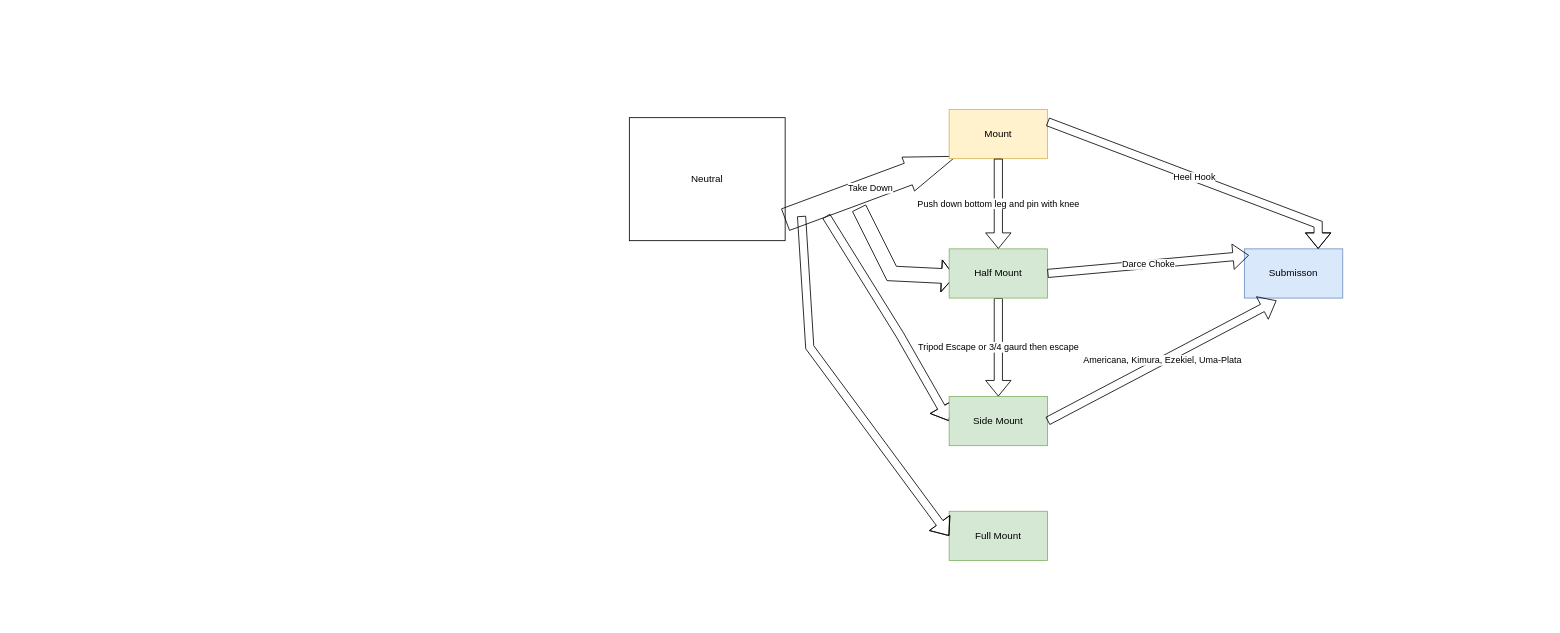
Before: Untitled Diagram.drawio in morik04/BJJ, a draw.io diagram. Source tidied: cells renumbered, new cells numbered last; positions are measured from the earlier drawing's top-left corner, leaving out a move shared by most shapes. Both pictures are drawn from the tidied source at 82%, with x=0, y=0 at pixel (629, 109).
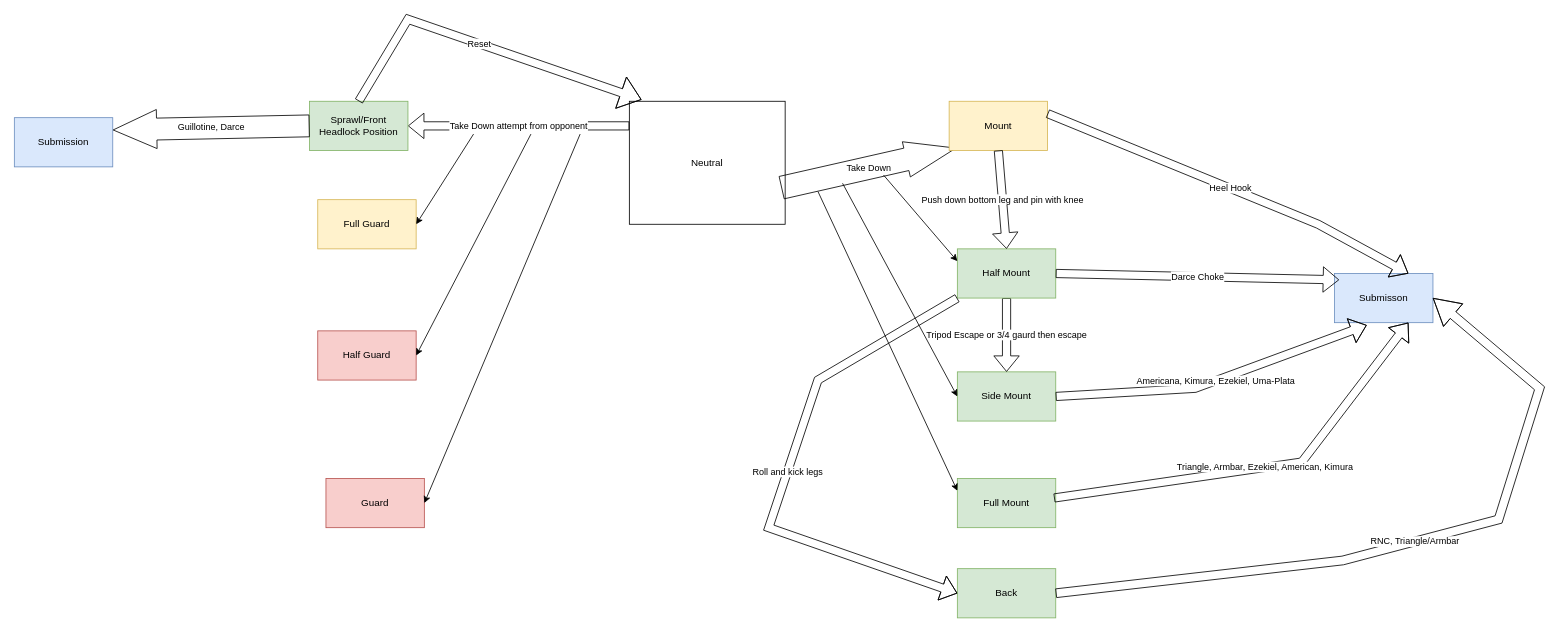
After the change.

Commit message:
BJJ FLOW CHART

Diff of the diagram source:
```diff
@@
     <mxCell id="2" value="Neutral" style="rounded=0;whiteSpace=wrap;html=1;" parent="1" vertex="1">
-      <mxGeometry y="10" width="190" height="150" as="geometry" />
+      <mxGeometry y="-10" width="190" height="150" as="geometry" />
     </mxCell>
-    <mxCell id="3" value="Take Down" style="shape=flexArrow;endArrow=classic;html=1;rounded=0;endWidth=15;endSize=20.33;width=28;entryX=0.073;entryY=0.95;entryDx=0;entryDy=0;entryPerimeter=0;" parent="1" edge="1" target="4">
-      <mxGeometry relative="1" as="geometry">
-        <mxPoint x="190" y="134.5" as="sourcePoint" />
-      </mxGeometry>
+    <mxCell id="3" value="Take Down" style="shape=flexArrow;endArrow=classic;html=1;rounded=0;endWidth=15;endSize=20.33;width=28;entryX=0.073;entryY=0.95;entryDx=0;entryDy=0;entryPerimeter=0;exitX=0.975;exitY=0.703;exitDx=0;exitDy=0;exitPerimeter=0;" parent="1" edge="1" source="2" target="4">
+      <mxGeometry relative="1" as="geometry" />
     </mxCell>
     <mxCell id="4" value="Mount" style="rounded=0;whiteSpace=wrap;html=1;labelBackgroundColor=none;labelBorderColor=none;fillColor=#fff2cc;strokeColor=#d6b656;" parent="1" vertex="1">
-      <mxGeometry x="390" width="120" height="60" as="geometry" />
+      <mxGeometry x="390" y="-10" width="120" height="60" as="geometry" />
     </mxCell>
-    <mxCell id="5" style="shape=flexArrow;endArrow=classic;html=1;rounded=0;width=18;endSize=5;entryX=0.06;entryY=0.563;entryDx=0;entryDy=0;entryPerimeter=0;" parent="1" edge="1" target="11">
-      <mxGeometry relative="1" as="geometry">
-        <mxPoint x="280" y="120" as="sourcePoint" />
-        <Array as="points">
-          <mxPoint x="320" y="200" />
-        </Array>
-      </mxGeometry>
-    </mxCell>
-    <mxCell id="6" style="shape=flexArrow;endArrow=classic;html=1;rounded=0;entryX=0;entryY=0.5;entryDx=0;entryDy=0;" parent="1" edge="1" target="7">
-      <mxGeometry relative="1" as="geometry">
-        <mxPoint x="240" y="130" as="sourcePoint" />
-        <Array as="points">
-          <mxPoint x="330" y="275" />
-        </Array>
-      </mxGeometry>
-    </mxCell>
     <mxCell id="7" value="Side Mount" style="rounded=0;whiteSpace=wrap;html=1;fillColor=#d5e8d4;strokeColor=#82b366;" parent="1" vertex="1">
-      <mxGeometry x="390" y="350" width="120" height="60" as="geometry" />
+      <mxGeometry x="400" y="320" width="120" height="60" as="geometry" />
     </mxCell>
     <mxCell id="8" value="Full Mount" style="rounded=0;whiteSpace=wrap;html=1;fillColor=#d5e8d4;strokeColor=#82b366;" parent="1" vertex="1">
-      <mxGeometry x="390" y="490" width="120" height="60" as="geometry" />
+      <mxGeometry x="400" y="450" width="120" height="60" as="geometry" />
     </mxCell>
-    <mxCell id="9" style="shape=flexArrow;endArrow=classic;html=1;rounded=0;entryX=0;entryY=0.5;entryDx=0;entryDy=0;" parent="1" edge="1" target="8">
-      <mxGeometry relative="1" as="geometry">
-        <mxPoint x="210" y="130" as="sourcePoint" />
-        <Array as="points">
-          <mxPoint x="220" y="290" />
-        </Array>
-      </mxGeometry>
-    </mxCell>
@@
     <mxCell id="11" value="Half Mount" style="rounded=0;whiteSpace=wrap;html=1;fillColor=#d5e8d4;strokeColor=#82b366;" parent="1" vertex="1">
-      <mxGeometry x="390" y="170" width="120" height="60" as="geometry" />
+      <mxGeometry x="400" y="170" width="120" height="60" as="geometry" />
     </mxCell>
     <mxCell id="12" value="Submisson" style="rounded=0;whiteSpace=wrap;html=1;fillColor=#dae8fc;strokeColor=#6c8ebf;" parent="1" vertex="1">
-      <mxGeometry x="750" y="170" width="120" height="60" as="geometry" />
+      <mxGeometry x="860" y="200" width="120" height="60" as="geometry" />
     </mxCell>
-    <mxCell id="13" value="Darce Choke" style="shape=flexArrow;endArrow=classic;html=1;rounded=0;entryX=0.047;entryY=0.13;entryDx=0;entryDy=0;entryPerimeter=0;" parent="1" edge="1" target="12">
-      <mxGeometry relative="1" as="geometry">
-        <mxPoint x="510" y="200" as="sourcePoint" />
-      </mxGeometry>
+    <mxCell id="13" value="Darce Choke" style="shape=flexArrow;endArrow=classic;html=1;rounded=0;entryX=0.047;entryY=0.13;entryDx=0;entryDy=0;entryPerimeter=0;exitX=1;exitY=0.5;exitDx=0;exitDy=0;" parent="1" edge="1" source="11" target="12">
+      <mxGeometry relative="1" as="geometry" />
     </mxCell>
@@
-    <mxCell id="16" value="Americana, Kimura, Ezekiel, Uma-Plata" style="shape=flexArrow;endArrow=classic;html=1;rounded=0;entryX=0.327;entryY=1.05;entryDx=0;entryDy=0;entryPerimeter=0;" parent="1" edge="1" target="12">
+    <mxCell id="16" value="Americana, Kimura, Ezekiel, Uma-Plata" style="shape=flexArrow;endArrow=classic;html=1;rounded=0;entryX=0.327;entryY=1.05;entryDx=0;entryDy=0;entryPerimeter=0;exitX=1;exitY=0.5;exitDx=0;exitDy=0;" parent="1" edge="1" source="7" target="12">
       <mxGeometry relative="1" as="geometry">
-        <mxPoint x="510" y="380" as="sourcePoint" />
+        <Array as="points">
+          <mxPoint x="690" y="340" />
+        </Array>
       </mxGeometry>
     </mxCell>
+    <mxCell id="17" value="Triangle, Armbar, Ezekiel, American, Kimura" style="shape=flexArrow;endArrow=classic;html=1;rounded=0;entryX=0.75;entryY=1;entryDx=0;entryDy=0;exitX=0.983;exitY=0.397;exitDx=0;exitDy=0;exitPerimeter=0;" parent="1" edge="1" source="8" target="12">
+      <mxGeometry relative="1" as="geometry">
+        <Array as="points">
+          <mxPoint x="820" y="430" />
+        </Array>
+      </mxGeometry>
+    </mxCell>
+    <mxCell id="18" value="Take Down attempt from opponent" style="shape=flexArrow;endArrow=classic;html=1;rounded=0;" parent="1" edge="1">
+      <mxGeometry relative="1" as="geometry">
+        <mxPoint y="20" as="sourcePoint" />
+        <mxPoint x="-270" y="20" as="targetPoint" />
+      </mxGeometry>
+    </mxCell>
+    <mxCell id="19" value="Sprawl/Front Headlock Position" style="rounded=0;whiteSpace=wrap;html=1;fillColor=#d5e8d4;strokeColor=#82b366;" parent="1" vertex="1">
+      <mxGeometry x="-390" y="-10" width="120" height="60" as="geometry" />
+    </mxCell>
+    <mxCell id="20" value="Submission" style="rounded=0;whiteSpace=wrap;html=1;fillColor=#dae8fc;strokeColor=#6c8ebf;" parent="1" vertex="1">
+      <mxGeometry x="-750" y="10" width="120" height="60" as="geometry" />
+    </mxCell>
+    <mxCell id="21" value="Guillotine, Darce" style="shape=flexArrow;endArrow=classic;html=1;rounded=0;width=26.666666666666668;endSize=17.37333333333333;exitX=0;exitY=0.5;exitDx=0;exitDy=0;entryX=1;entryY=0.25;entryDx=0;entryDy=0;" parent="1" edge="1" source="19" target="20">
+      <mxGeometry relative="1" as="geometry" />
+    </mxCell>
+    <mxCell id="22" value="Reset" style="shape=flexArrow;endArrow=classic;html=1;rounded=0;endWidth=29.333333333333332;endSize=8.266666666666667;exitX=0.5;exitY=0;exitDx=0;exitDy=0;entryX=0.078;entryY=-0.013;entryDx=0;entryDy=0;entryPerimeter=0;" parent="1" edge="1" source="19" target="2">
+      <mxGeometry relative="1" as="geometry">
+        <Array as="points">
+          <mxPoint x="-270" y="-110" />
+        </Array>
+      </mxGeometry>
+    </mxCell>
+    <mxCell id="23" value="Back" style="rounded=0;whiteSpace=wrap;html=1;fillColor=#d5e8d4;strokeColor=#82b366;" parent="1" vertex="1">
+      <mxGeometry x="400" y="560" width="120" height="60" as="geometry" />
+    </mxCell>
+    <mxCell id="24" value="RNC, Triangle/Armbar" style="shape=flexArrow;endArrow=classic;html=1;rounded=0;exitX=1;exitY=0.5;exitDx=0;exitDy=0;width=10.666666666666666;endSize=10.213333333333333;endWidth=24.444444444444446;entryX=1;entryY=0.5;entryDx=0;entryDy=0;" parent="1" edge="1" source="23" target="12">
+      <mxGeometry relative="1" as="geometry">
+        <Array as="points">
+          <mxPoint x="870" y="550" />
+          <mxPoint x="1060" y="500" />
+          <mxPoint x="1110" y="340" />
+        </Array>
+      </mxGeometry>
+    </mxCell>
+    <mxCell id="25" value="Roll and kick legs" style="shape=flexArrow;endArrow=classic;html=1;rounded=0;exitX=0;exitY=1;exitDx=0;exitDy=0;entryX=0;entryY=0.5;entryDx=0;entryDy=0;" parent="1" edge="1" source="11" target="23">
+      <mxGeometry relative="1" as="geometry">
+        <Array as="points">
+          <mxPoint x="230" y="330" />
+          <mxPoint x="170" y="510" />
+        </Array>
+      </mxGeometry>
+    </mxCell>
+    <mxCell id="26" value="Full Guard" style="rounded=0;whiteSpace=wrap;html=1;fillColor=#fff2cc;strokeColor=#d6b656;" parent="1" vertex="1">
+      <mxGeometry x="-380" y="110" width="120" height="60" as="geometry" />
+    </mxCell>
+    <mxCell id="27" value="Half Guard" style="rounded=0;whiteSpace=wrap;html=1;fillColor=#f8cecc;strokeColor=#b85450;" parent="1" vertex="1">
+      <mxGeometry x="-380" y="270" width="120" height="60" as="geometry" />
+    </mxCell>
+    <mxCell id="28" value="Guard" style="rounded=0;whiteSpace=wrap;html=1;fillColor=#f8cecc;strokeColor=#b85450;" parent="1" vertex="1">
+      <mxGeometry x="-370" y="450" width="120" height="60" as="geometry" />
+    </mxCell>
+    <mxCell id="29" style="endArrow=classic;html=1;rounded=0;entryX=1;entryY=0.5;entryDx=0;entryDy=0;" parent="1" edge="1" target="26">
+      <mxGeometry relative="1" as="geometry">
+        <mxPoint x="-190" y="30" as="sourcePoint" />
+      </mxGeometry>
+    </mxCell>
+    <mxCell id="30" style="endArrow=classic;html=1;rounded=0;entryX=0;entryY=0.25;entryDx=0;entryDy=0;" parent="1" edge="1" target="11">
+      <mxGeometry relative="1" as="geometry">
+        <mxPoint x="310" y="80" as="sourcePoint" />
+      </mxGeometry>
+    </mxCell>
+    <mxCell id="31" style="endArrow=classic;html=1;rounded=0;entryX=0;entryY=0.5;entryDx=0;entryDy=0;" parent="1" edge="1" target="7">
+      <mxGeometry relative="1" as="geometry">
+        <mxPoint x="260" y="90" as="sourcePoint" />
+      </mxGeometry>
+    </mxCell>
+    <mxCell id="32" style="endArrow=classic;html=1;rounded=0;entryX=0;entryY=0.25;entryDx=0;entryDy=0;" parent="1" edge="1" target="8">
+      <mxGeometry relative="1" as="geometry">
+        <mxPoint x="230" y="100" as="sourcePoint" />
+      </mxGeometry>
+    </mxCell>
+    <mxCell id="33" style="endArrow=classic;html=1;rounded=0;entryX=1;entryY=0.5;entryDx=0;entryDy=0;" parent="1" edge="1" target="27">
+      <mxGeometry relative="1" as="geometry">
+        <mxPoint x="-120" y="30" as="sourcePoint" />
+      </mxGeometry>
+    </mxCell>
+    <mxCell id="34" style="endArrow=classic;html=1;rounded=0;entryX=1;entryY=0.5;entryDx=0;entryDy=0;" parent="1" edge="1" target="28">
+      <mxGeometry relative="1" as="geometry">
+        <mxPoint x="-60" y="30" as="sourcePoint" />
+      </mxGeometry>
+    </mxCell>
```
